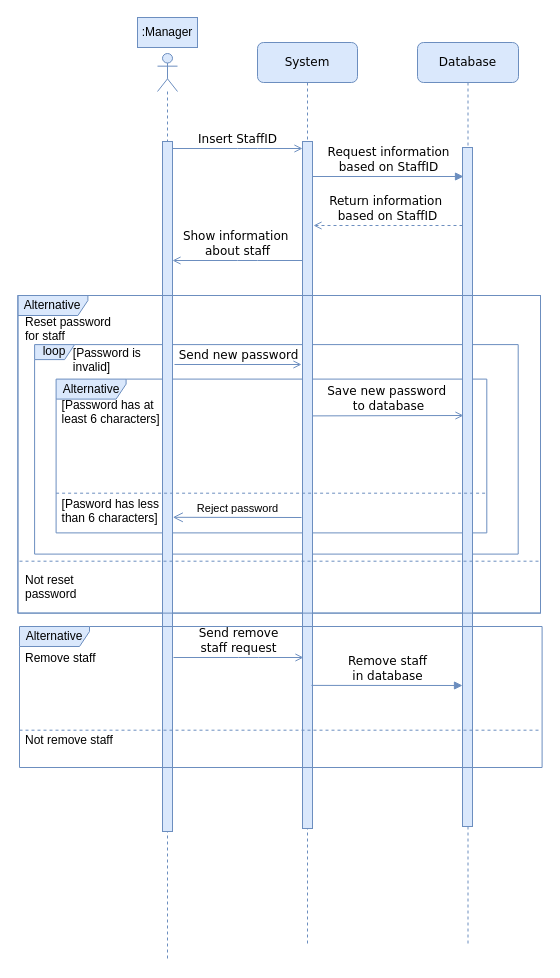
Above: page "CheckStaff" (4 of 6) of Diagrams/Sequence Diagram.drawio in Abcdavid00/Cafe-Management-Application (draw.io), before the change. Source tidied: cells renumbered, new cells numbered last; positions are measured from the earlier drawing's top-left corner, leaving out a move shared by most shapes. Both pictures are drawn from the tidied source at 100%, with x=0, y=0 at pixel (17, 17).
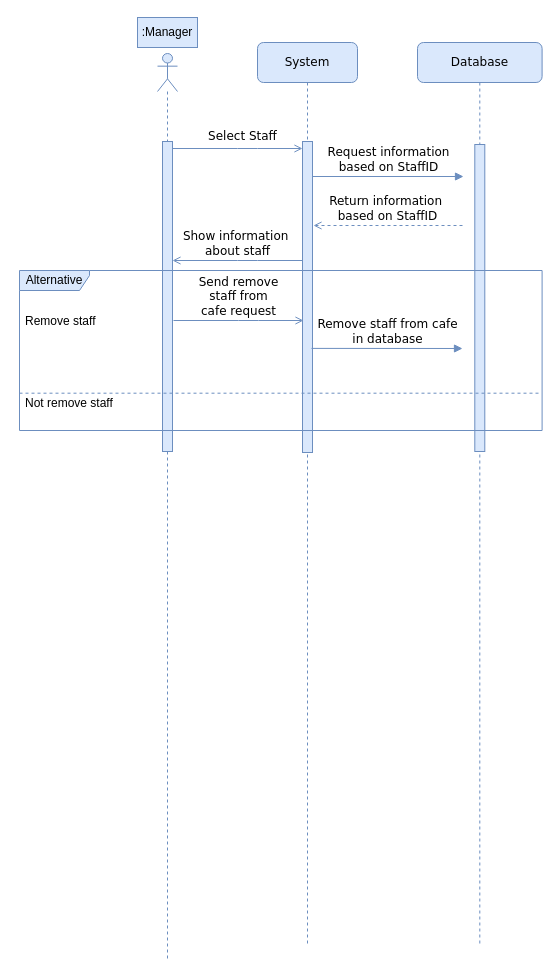
The same diagram, later.

Change to the diagram source:
```diff
@@
-    <mxCell id="2" value="Alternative" style="shape=umlFrame;whiteSpace=wrap;html=1;width=70;height=20;fillColor=#dae8fc;strokeColor=#6c8ebf;" parent="1" vertex="1">
-      <mxGeometry x="38.6" y="361.6" width="430.7" height="153.8" as="geometry" />
-    </mxCell>
-    <mxCell id="3" value="loop" style="shape=umlFrame;whiteSpace=wrap;html=1;width=40;height=15;fillColor=#dae8fc;strokeColor=#6c8ebf;" parent="1" vertex="1">
-      <mxGeometry x="17.1" y="327.1" width="483.6" height="209.5" as="geometry" />
-    </mxCell>
-    <mxCell id="4" value="Alternative" style="shape=umlFrame;whiteSpace=wrap;html=1;width=70;height=20;fillColor=#dae8fc;strokeColor=#6c8ebf;" parent="1" vertex="1">
-      <mxGeometry x="0.4" y="278" width="522.6" height="317.6" as="geometry" />
-    </mxCell>
@@
     <mxCell id="6" style="html=1;perimeter=orthogonalPerimeter;rounded=0;shadow=0;comic=0;labelBackgroundColor=none;strokeWidth=1;fontFamily=Verdana;fontSize=12;align=center;fillColor=#dae8fc;strokeColor=#6c8ebf;" parent="1" vertex="1">
-      <mxGeometry x="145" y="124" width="10" height="690" as="geometry" />
+      <mxGeometry x="145" y="124" width="10" height="310" as="geometry" />
     </mxCell>
@@
     <mxCell id="8" style="html=1;perimeter=orthogonalPerimeter;rounded=0;shadow=0;comic=0;labelBackgroundColor=none;strokeWidth=1;fontFamily=Verdana;fontSize=12;align=center;fillColor=#dae8fc;strokeColor=#6c8ebf;" parent="1" vertex="1">
-      <mxGeometry x="285" y="124" width="10" height="687" as="geometry" />
+      <mxGeometry x="285" y="124" width="10" height="311" as="geometry" />
     </mxCell>
     <mxCell id="9" value="Database" style="shape=umlLifeline;perimeter=lifelinePerimeter;whiteSpace=wrap;html=1;rounded=1;shadow=0;comic=0;labelBackgroundColor=none;strokeWidth=1;fontFamily=Verdana;fontSize=12;align=center;fillColor=#dae8fc;strokeColor=#6c8ebf;" parent="1" vertex="1">
-      <mxGeometry x="400" y="25" width="101" height="901.6" as="geometry" />
+      <mxGeometry x="400" y="25" width="124.6" height="901.6" as="geometry" />
     </mxCell>
     <mxCell id="10" style="html=1;perimeter=orthogonalPerimeter;rounded=0;shadow=0;comic=0;labelBackgroundColor=none;strokeWidth=1;fontFamily=Verdana;fontSize=12;align=center;fillColor=#dae8fc;strokeColor=#6c8ebf;" parent="9" vertex="1">
-      <mxGeometry x="45" y="105" width="10" height="679" as="geometry" />
+      <mxGeometry x="57.3" y="102" width="10" height="307" as="geometry" />
     </mxCell>
     <mxCell id="11" value="Alternative" style="shape=umlFrame;whiteSpace=wrap;html=1;width=70;height=20;fillColor=#dae8fc;strokeColor=#6c8ebf;" parent="9" vertex="1">
-      <mxGeometry x="-398" y="584" width="522.6" height="141" as="geometry" />
+      <mxGeometry x="-398" y="228" width="522.6" height="160" as="geometry" />
     </mxCell>
     <mxCell id="12" value="Remove staff" style="text;strokeColor=none;fillColor=none;align=left;verticalAlign=top;spacingLeft=4;spacingRight=4;overflow=hidden;dashed=1;" parent="9" vertex="1">
-      <mxGeometry x="-398" y="602" width="254.3" height="40.8" as="geometry" />
+      <mxGeometry x="-398" y="265" width="254.3" height="40.8" as="geometry" />
     </mxCell>
-    <mxCell id="13" value="Send remove &lt;br&gt;staff request" style="html=1;verticalAlign=bottom;endArrow=open;entryX=0;entryY=0;labelBackgroundColor=none;fontFamily=Verdana;fontSize=12;edgeStyle=elbowEdgeStyle;elbow=vertical;endFill=0;fillColor=#dae8fc;strokeColor=#6c8ebf;" parent="9" edge="1">
+    <mxCell id="13" value="Send remove &lt;br&gt;staff from&lt;br&gt;cafe request" style="html=1;verticalAlign=bottom;endArrow=open;entryX=0;entryY=0;labelBackgroundColor=none;fontFamily=Verdana;fontSize=12;edgeStyle=elbowEdgeStyle;elbow=vertical;endFill=0;fillColor=#dae8fc;strokeColor=#6c8ebf;" parent="9" edge="1">
       <mxGeometry relative="1" as="geometry">
-        <mxPoint x="-244" y="615" as="sourcePoint" />
-        <mxPoint x="-114" y="615" as="targetPoint" />
+        <mxPoint x="-244" y="278" as="sourcePoint" />
+        <mxPoint x="-114" y="278" as="targetPoint" />
         <Array as="points">
-          <mxPoint x="-169" y="615" />
+          <mxPoint x="-169" y="278" />
         </Array>
       </mxGeometry>
     </mxCell>
-    <mxCell id="14" value="Remove staff &lt;br&gt;in database" style="html=1;verticalAlign=bottom;endArrow=block;labelBackgroundColor=none;fontFamily=Verdana;fontSize=12;edgeStyle=elbowEdgeStyle;elbow=vertical;endFill=1;fillColor=#dae8fc;strokeColor=#6c8ebf;" parent="9" edge="1">
+    <mxCell id="14" value="Remove staff from cafe&lt;br&gt;in database" style="html=1;verticalAlign=bottom;endArrow=block;labelBackgroundColor=none;fontFamily=Verdana;fontSize=12;edgeStyle=elbowEdgeStyle;elbow=vertical;endFill=1;fillColor=#dae8fc;strokeColor=#6c8ebf;" parent="9" edge="1">
       <mxGeometry relative="1" as="geometry">
-        <mxPoint x="-106" y="642.9" as="sourcePoint" />
-        <mxPoint x="45" y="642.9" as="targetPoint" />
+        <mxPoint x="-106" y="305.9" as="sourcePoint" />
+        <mxPoint x="45" y="305.9" as="targetPoint" />
       </mxGeometry>
     </mxCell>
-    <mxCell id="15" value="Insert StaffID" style="html=1;verticalAlign=bottom;endArrow=open;entryX=0;entryY=0;labelBackgroundColor=none;fontFamily=Verdana;fontSize=12;edgeStyle=elbowEdgeStyle;elbow=vertical;endFill=0;fillColor=#dae8fc;strokeColor=#6c8ebf;" parent="1" edge="1">
-      <mxGeometry relative="1" as="geometry">
+    <mxCell id="15" value="Select Staff" style="html=1;verticalAlign=bottom;endArrow=open;entryX=0;entryY=0;labelBackgroundColor=none;fontFamily=Verdana;fontSize=12;edgeStyle=elbowEdgeStyle;elbow=vertical;endFill=0;fillColor=#dae8fc;strokeColor=#6c8ebf;" parent="1" edge="1">
+      <mxGeometry x="0.08" y="3" relative="1" as="geometry">
         <mxPoint x="155" y="131" as="sourcePoint" />
         <mxPoint x="285" y="131" as="targetPoint" />
         <Array as="points">
           <mxPoint x="230" y="131" />
         </Array>
       </mxGeometry>
     </mxCell>
@@
-    <mxCell id="20" style="group;fillColor=none;strokeColor=#6c8ebf;" parent="1" vertex="1">
-      <mxGeometry x="0.4" y="278" width="522.6" height="317.6" as="geometry" />
-    </mxCell>
     <mxCell id="21" style="line;strokeWidth=1;fillColor=#dae8fc;align=left;verticalAlign=middle;spacingTop=-1;spacingLeft=3;spacingRight=3;labelPosition=right;dashed=1;strokeColor=#6c8ebf;" parent="1" vertex="1">
-      <mxGeometry x="2" y="705" width="521" height="15.4" as="geometry" />
+      <mxGeometry x="2" y="368" width="521" height="15.4" as="geometry" />
     </mxCell>
     <mxCell id="22" value="Not remove staff" style="text;strokeColor=none;fillColor=none;align=left;verticalAlign=top;spacingLeft=4;spacingRight=4;overflow=hidden;dashed=1;" parent="1" vertex="1">
-      <mxGeometry x="2" y="709.2" width="299" height="40.8" as="geometry" />
+      <mxGeometry x="2" y="372.2" width="299" height="40.8" as="geometry" />
     </mxCell>
-    <mxCell id="23" style="line;strokeWidth=1;fillColor=#dae8fc;align=left;verticalAlign=middle;spacingTop=-1;spacingLeft=3;spacingRight=3;labelPosition=right;dashed=1;strokeColor=#6c8ebf;" parent="1" vertex="1">
-      <mxGeometry x="2" y="536" width="521" height="15.4" as="geometry" />
-    </mxCell>
-    <mxCell id="24" value="Not reset &#10;password" style="text;strokeColor=none;fillColor=none;align=left;verticalAlign=top;spacingLeft=4;spacingRight=4;overflow=hidden;dashed=1;" parent="1" vertex="1">
-      <mxGeometry x="2" y="549" width="299" height="40.8" as="geometry" />
-    </mxCell>
-    <mxCell id="25" value="Reset password&#10;for staff" style="text;strokeColor=none;fillColor=none;align=left;verticalAlign=top;spacingLeft=4;spacingRight=4;overflow=hidden;dashed=1;" parent="1" vertex="1">
-      <mxGeometry x="2" y="291" width="254.3" height="40.8" as="geometry" />
-    </mxCell>
-    <mxCell id="26" value="Send new password" style="html=1;verticalAlign=bottom;endArrow=open;labelBackgroundColor=none;fontFamily=Verdana;fontSize=12;edgeStyle=elbowEdgeStyle;elbow=vertical;endFill=0;fillColor=#dae8fc;strokeColor=#6c8ebf;" parent="1" edge="1">
-      <mxGeometry relative="1" as="geometry">
-        <mxPoint x="157" y="347" as="sourcePoint" />
-        <mxPoint x="284" y="347" as="targetPoint" />
-      </mxGeometry>
-    </mxCell>
-    <mxCell id="27" value="Save new password&amp;nbsp;&lt;br&gt;to database" style="html=1;verticalAlign=bottom;endArrow=open;labelBackgroundColor=none;fontFamily=Verdana;fontSize=12;edgeStyle=elbowEdgeStyle;elbow=vertical;endFill=0;fillColor=#dae8fc;strokeColor=#6c8ebf;" parent="1" edge="1">
-      <mxGeometry relative="1" as="geometry">
-        <mxPoint x="295" y="398.4" as="sourcePoint" />
-        <mxPoint x="446" y="398" as="targetPoint" />
-      </mxGeometry>
-    </mxCell>
-    <mxCell id="28" value="Reject password" style="html=1;verticalAlign=bottom;endArrow=open;endSize=8;rounded=0;entryX=1.028;entryY=0.712;entryDx=0;entryDy=0;entryPerimeter=0;fillColor=#dae8fc;strokeColor=#6c8ebf;" parent="1" edge="1">
-      <mxGeometry relative="1" as="geometry">
-        <mxPoint x="284" y="500" as="sourcePoint" />
-        <mxPoint x="155.3" y="499.8" as="targetPoint" />
-      </mxGeometry>
-    </mxCell>
-    <mxCell id="29" style="line;strokeWidth=1;fillColor=#dae8fc;align=left;verticalAlign=middle;spacingTop=-1;spacingLeft=3;spacingRight=3;labelPosition=right;dashed=1;strokeColor=#6c8ebf;" parent="1" vertex="1">
-      <mxGeometry x="38.6" y="472.6" width="429.4" height="6.2" as="geometry" />
-    </mxCell>
-    <mxCell id="30" value="[Pasword has less&#10;than 6 characters]" style="text;strokeColor=none;fillColor=none;align=left;verticalAlign=top;spacingLeft=4;spacingRight=4;overflow=hidden;dashed=1;" parent="1" vertex="1">
-      <mxGeometry x="38.6" y="472.6" width="428.1" height="32.5" as="geometry" />
-    </mxCell>
-    <mxCell id="31" value="[Password has at&#10;least 6 characters]" style="text;strokeColor=none;fillColor=none;align=left;verticalAlign=top;spacingLeft=4;spacingRight=4;overflow=hidden;dashed=1;" parent="1" vertex="1">
-      <mxGeometry x="38.6" y="374.4" width="440.7" height="32.5" as="geometry" />
-    </mxCell>
-    <mxCell id="32" value="[Password is &#10;invalid]" style="text;strokeColor=none;fillColor=none;align=left;verticalAlign=top;spacingLeft=4;spacingRight=4;overflow=hidden;" parent="1" vertex="1">
-      <mxGeometry x="49.8" y="322" width="397.4" height="37" as="geometry" />
-    </mxCell>
```
